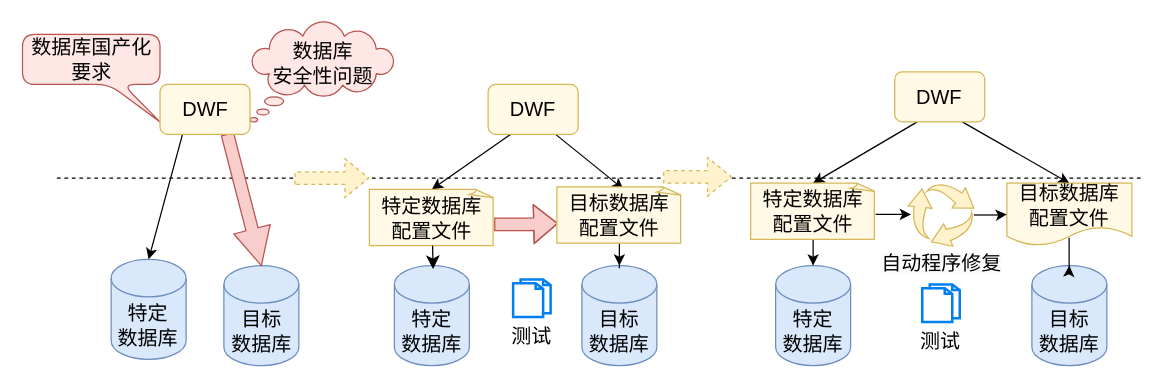
This is 开题报告/motivation.drawio from Olive-2019/drawio-source, a draw.io file, before an edit. Source tidied: cells renumbered, new cells numbered last; positions are measured from the earlier drawing's top-left corner, leaving out a move shared by most shapes. Both pictures are drawn from the tidied source at 125%, with x=0, y=0 at pixel (21, 21).
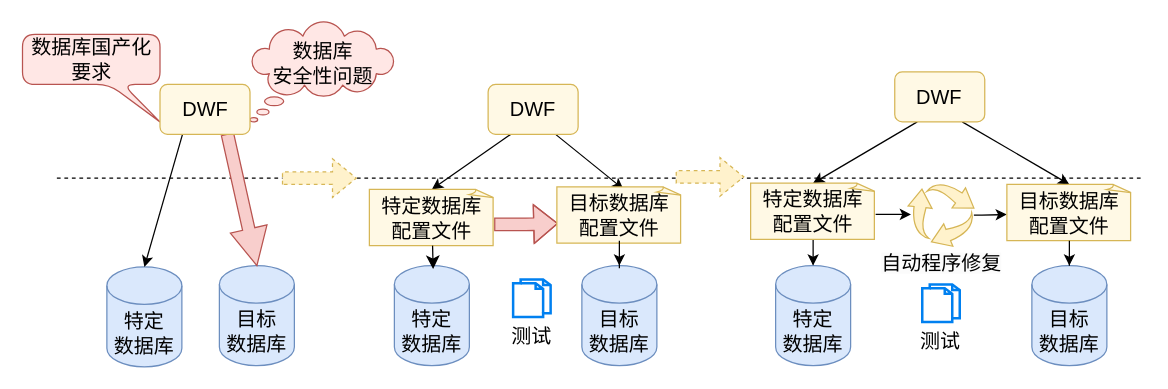
Above is the later version.

The change refers to these unchanged cells:
```xml
<mxCell id="11" value="&lt;div&gt;目标&lt;/div&gt;&lt;div&gt;数据库&lt;/div&gt;" style="shape=cylinder3;whiteSpace=wrap;html=1;boundedLbl=1;backgroundOutline=1;size=15;fontSize=16;fillColor=#dae8fc;strokeColor=#6c8ebf;" parent="1" vertex="1">
  <mxGeometry x="448" y="195" width="60" height="80" as="geometry" />
</mxCell>
<mxCell id="18" value="&lt;div&gt;目标&lt;/div&gt;&lt;div&gt;数据库&lt;/div&gt;" style="shape=cylinder3;whiteSpace=wrap;html=1;boundedLbl=1;backgroundOutline=1;size=15;fontSize=16;fillColor=#dae8fc;strokeColor=#6c8ebf;" parent="1" vertex="1">
  <mxGeometry x="808" y="195" width="60" height="80" as="geometry" />
</mxCell>
<mxCell id="23" style="sketch=0;html=1;strokeColor=#d6b656;shadow=0;fillColor=#fff2cc;verticalAlign=top;labelPosition=center;verticalLabelPosition=bottom;shape=mxgraph.gcp2.arrow_cycle;" parent="1" vertex="1">
  <mxGeometry x="709" y="129.5" width="52.6" height="50" as="geometry" />
</mxCell>
<mxCell id="40" value="目标数据库&lt;div&gt;配置文件&lt;/div&gt;" style="whiteSpace=wrap;html=1;shape=mxgraph.basic.document;strokeColor=#d6b656;align=center;verticalAlign=middle;fontFamily=Helvetica;fontSize=16;fontColor=default;fillColor=#FFF9E5;" parent="1" vertex="1">
  <mxGeometry x="428" y="132" width="100" height="45" as="geometry" />
</mxCell>
```

What changed in the source:
```diff
@@
     <mxCell id="3" value="特定&lt;div&gt;数据库&lt;/div&gt;" style="shape=cylinder3;whiteSpace=wrap;html=1;boundedLbl=1;backgroundOutline=1;size=15;fontSize=16;fillColor=#dae8fc;strokeColor=#6c8ebf;" parent="1" vertex="1">
-      <mxGeometry x="71.4" y="190" width="60" height="80" as="geometry" />
+      <mxGeometry x="68" y="196" width="60" height="80" as="geometry" />
     </mxCell>
@@
     <mxCell id="6" value="&lt;div&gt;目标&lt;/div&gt;&lt;div&gt;数据库&lt;/div&gt;" style="shape=cylinder3;whiteSpace=wrap;html=1;boundedLbl=1;backgroundOutline=1;size=15;fontSize=16;fillColor=#dae8fc;strokeColor=#6c8ebf;" parent="1" vertex="1">
-      <mxGeometry x="161.6" y="195" width="60" height="80" as="geometry" />
+      <mxGeometry x="158" y="195" width="60" height="80" as="geometry" />
     </mxCell>
@@
-    <mxCell id="13" style="edgeStyle=orthogonalEdgeStyle;rounded=0;jettySize=auto;html=1;exitX=0.5;exitY=1;exitDx=0;exitDy=0;exitPerimeter=0;" parent="1" edge="1" source="40" target="11">
-      <mxGeometry relative="1" as="geometry" />
-    </mxCell>
@@
-    <mxCell id="20" style="edgeStyle=orthogonalEdgeStyle;rounded=0;jettySize=auto;html=1;exitX=0.498;exitY=0.874;exitDx=0;exitDy=0;exitPerimeter=0;" parent="1" edge="1" source="21" target="18">
-      <mxGeometry relative="1" as="geometry" />
-    </mxCell>
-    <mxCell id="21" value="目标数据库&lt;div style=&quot;font-size: 16px;&quot;&gt;配置文件&lt;/div&gt;" style="shape=document;whiteSpace=wrap;html=1;boundedLbl=1;fontSize=16;fillColor=#FFF9E5;strokeColor=#d6b656;" parent="1" vertex="1">
-      <mxGeometry x="788" y="129" width="100" height="50" as="geometry" />
-    </mxCell>
-    <mxCell id="22" style="edgeStyle=orthogonalEdgeStyle;rounded=0;jettySize=auto;html=1;entryX=0;entryY=0.5;entryDx=0;entryDy=0;" parent="1" edge="1" source="23" target="21">
-      <mxGeometry relative="1" as="geometry" />
+    <mxCell id="22" style="edgeStyle=orthogonalEdgeStyle;rounded=0;jettySize=auto;html=1;entryX=0;entryY=0.5;entryDx=0;entryDy=0;" parent="1" edge="1" source="23">
+      <mxGeometry relative="1" as="geometry">
+        <mxPoint x="788" y="154" as="targetPoint" />
+      </mxGeometry>
     </mxCell>
@@
     <mxCell id="35" style="endArrow=classic;html=1;rounded=0;shape=flexArrow;fillColor=#fff2cc;strokeColor=#d6b656;dashed=1;" parent="1" edge="1">
       <mxGeometry relative="1" as="geometry">
-        <mxPoint x="218" y="125" as="sourcePoint" />
-        <mxPoint x="278" y="125" as="targetPoint" />
+        <mxPoint x="208" y="125" as="sourcePoint" />
+        <mxPoint x="268" y="125" as="targetPoint" />
       </mxGeometry>
     </mxCell>
     <mxCell id="36" style="endArrow=classic;html=1;rounded=0;shape=flexArrow;fillColor=#fff2cc;strokeColor=#d6b656;dashed=1;" parent="1" edge="1">
       <mxGeometry relative="1" as="geometry">
-        <mxPoint x="513" y="124" as="sourcePoint" />
-        <mxPoint x="568" y="124" as="targetPoint" />
+        <mxPoint x="523" y="124" as="sourcePoint" />
+        <mxPoint x="578" y="124" as="targetPoint" />
       </mxGeometry>
     </mxCell>
@@
+    <mxCell id="21" value="目标数据库&lt;div&gt;配置文件&lt;/div&gt;" style="whiteSpace=wrap;html=1;shape=mxgraph.basic.document;strokeColor=#d6b656;align=center;verticalAlign=middle;fontFamily=Helvetica;fontSize=16;fontColor=default;fillColor=#FFF9E5;" parent="1" vertex="1">
+      <mxGeometry x="788" y="130" width="100" height="45" as="geometry" />
+    </mxCell>
+    <mxCell id="20" style="edgeStyle=orthogonalEdgeStyle;rounded=0;jettySize=auto;html=1;entryX=0.5;entryY=0;entryDx=0;entryDy=0;entryPerimeter=0;" parent="1" edge="1" source="21" target="18">
+      <mxGeometry relative="1" as="geometry" />
+    </mxCell>
+    <mxCell id="13" style="edgeStyle=orthogonalEdgeStyle;rounded=0;jettySize=auto;html=1;entryX=0.5;entryY=0;entryDx=0;entryDy=0;entryPerimeter=0;" parent="1" edge="1" source="40" target="11">
+      <mxGeometry relative="1" as="geometry" />
+    </mxCell>
```
